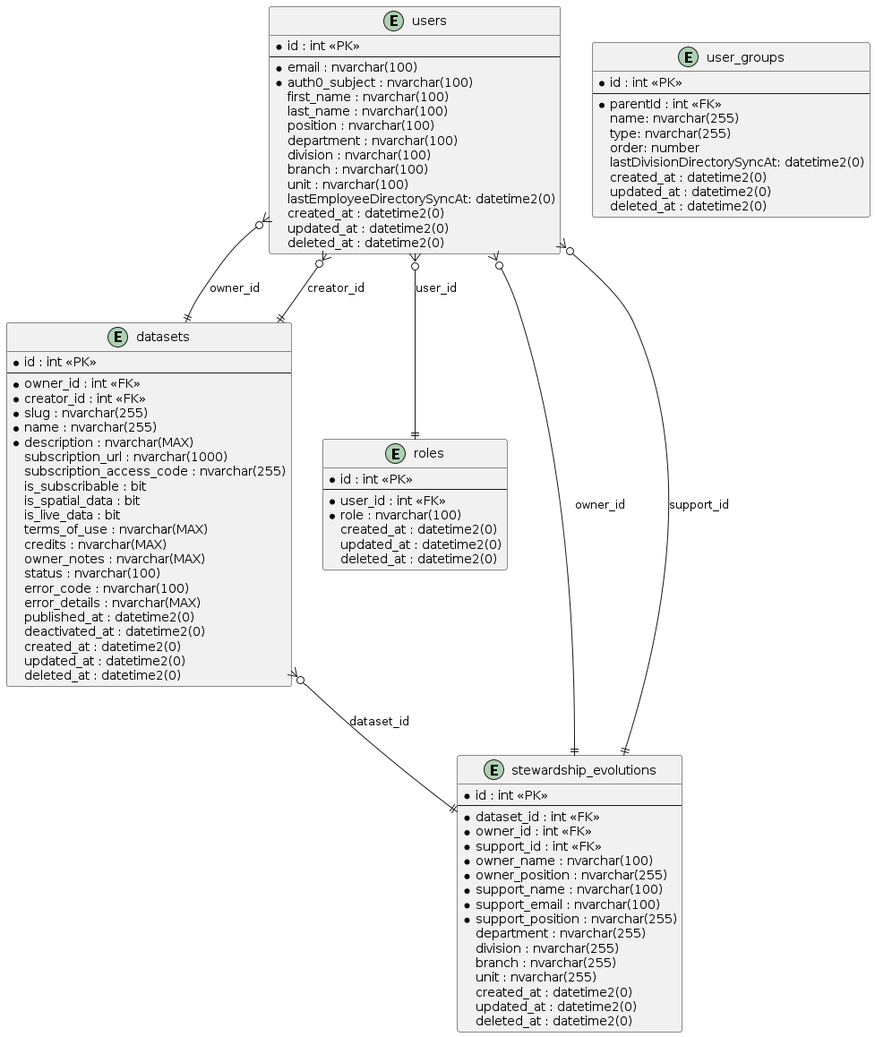
ytgov/internal-data-portal keeps this PlantUML diagram as _Design/Entity Relationship Diagrams.png. Above is the earlier version.
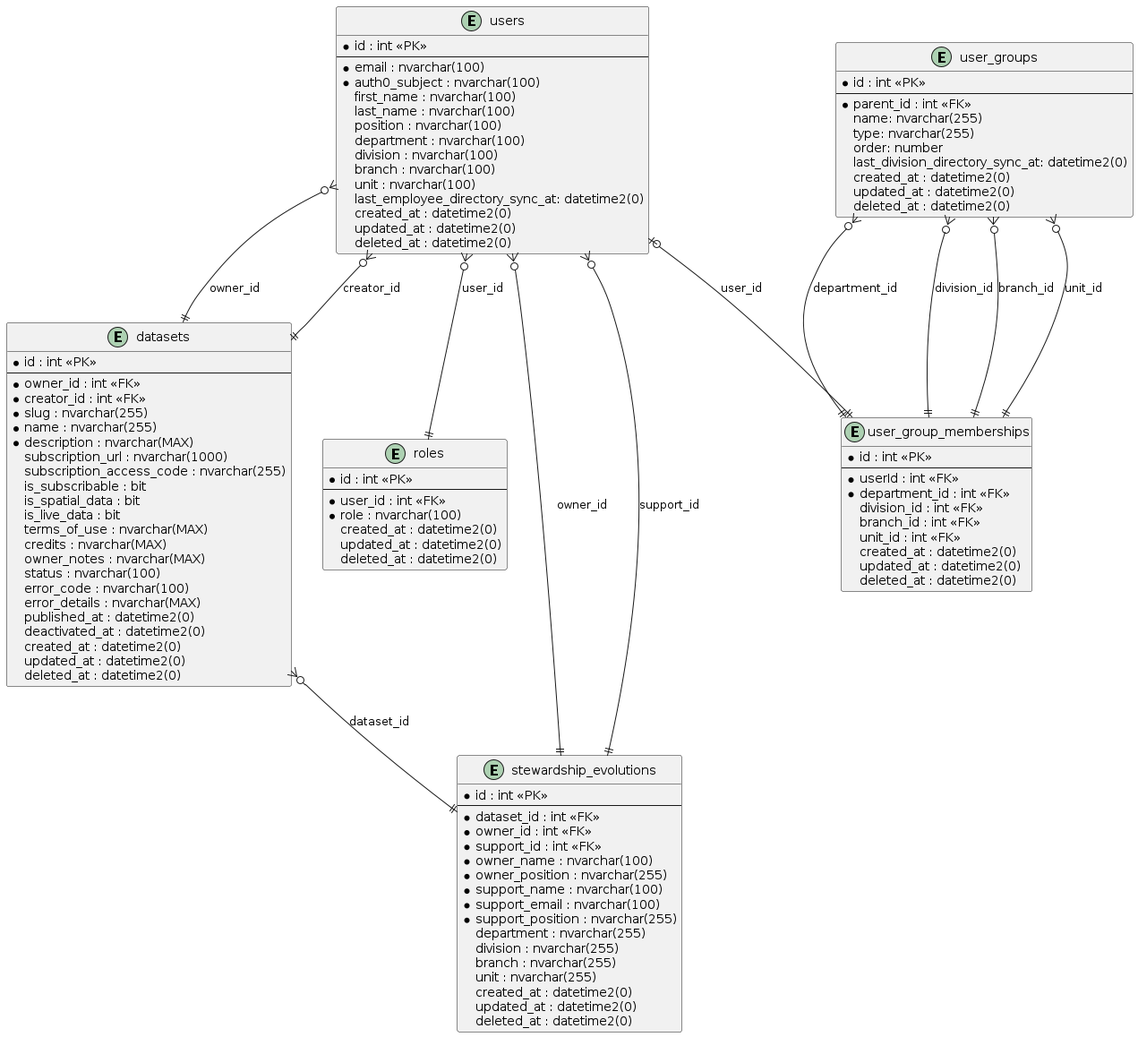
The same file after the commit.

Commit message:
:tophat: Update entity diagrams to include user group memberships.

Change to the diagram source:
```diff
@@ -67,7 +67,7 @@
   division : nvarchar(100)
   branch : nvarchar(100)
   unit : nvarchar(100)
-  lastEmployeeDirectorySyncAt: datetime2(0)
+  last_employee_directory_sync_at: datetime2(0)
   created_at : datetime2(0)
   updated_at : datetime2(0)
   deleted_at : datetime2(0)
@@ -76,11 +76,24 @@
 entity "user_groups" {
   * id : int <<PK>>
   --
-  * parentId : int <<FK>>
+  * parent_id : int <<FK>>
   name: nvarchar(255)
   type: nvarchar(255)
   order: number
-  lastDivisionDirectorySyncAt: datetime2(0)
+  last_division_directory_sync_at: datetime2(0)
+  created_at : datetime2(0)
+  updated_at : datetime2(0)
+  deleted_at : datetime2(0)
+}
+
+entity "user_group_memberships" {
+  * id : int <<PK>>
+  --
+  * userId : int <<FK>>
+  * department_id : int <<FK>>
+  division_id : int <<FK>>
+  branch_id : int <<FK>>
+  unit_id : int <<FK>>
   created_at : datetime2(0)
   updated_at : datetime2(0)
   deleted_at : datetime2(0)
@@ -92,4 +105,9 @@
 datasets }o--|| stewardship_evolutions : dataset_id
 users }o--|| stewardship_evolutions : owner_id
 users }o--|| stewardship_evolutions : support_id
+users |o--|| user_group_memberships : user_id
+user_groups }o--|| user_group_memberships : department_id
+user_groups }o--|| user_group_memberships : division_id
+user_groups }o--|| user_group_memberships : branch_id
+user_groups }o--|| user_group_memberships : unit_id
 @enduml
```
